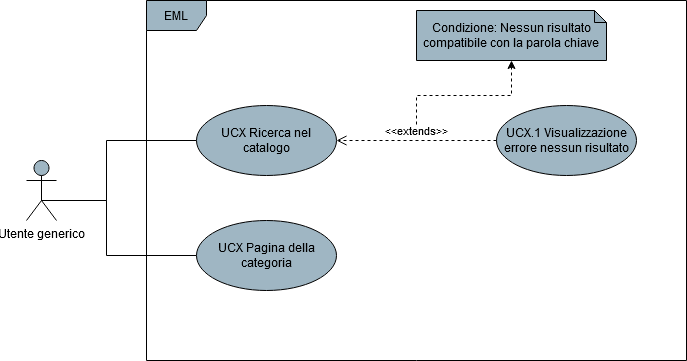
Above: DocumentazioneEsterna/AnalisiDeiRequisiti/res/UseCase/Immagini/NavigazioneCatalogoGenerale.png in Omicron-Team/Documentazione (draw.io), before the change. Source tidied: cells renumbered, new cells last; positions are measured from the earlier drawing's top-left corner, leaving out a move shared by most shapes.
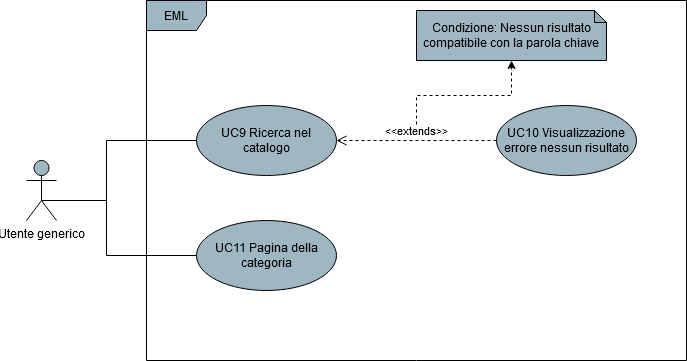
After the commit.

Diff of the diagram source:
```diff
@@ -16,7 +16,7 @@
     <mxCell id="4" value="EML" style="shape=umlFrame;whiteSpace=wrap;html=1;fillColor=#9FB6C3;" parent="1" vertex="1">
       <mxGeometry x="120" width="540" height="360" as="geometry" />
     </mxCell>
-    <mxCell id="5" value="UCX Ricerca nel catalogo" style="ellipse;whiteSpace=wrap;html=1;fillColor=#9FB6C3;" parent="1" vertex="1">
+    <mxCell id="5" value="UC9 Ricerca nel catalogo" style="ellipse;whiteSpace=wrap;html=1;fillColor=#9FB6C3;" parent="1" vertex="1">
       <mxGeometry x="170" y="105" width="140" height="70" as="geometry" />
     </mxCell>
     <mxCell id="6" style="edgeStyle=orthogonalEdgeStyle;rounded=0;jettySize=auto;html=1;dashed=1;" parent="1" edge="1" target="9">
@@ -24,7 +24,7 @@
         <mxPoint x="390" y="130" as="sourcePoint" />
       </mxGeometry>
     </mxCell>
-    <mxCell id="7" value="UCX.1 Visualizzazione errore nessun risultato" style="ellipse;whiteSpace=wrap;html=1;fillColor=#9FB6C3;" parent="1" vertex="1">
+    <mxCell id="7" value="UC10 Visualizzazione errore nessun risultato" style="ellipse;whiteSpace=wrap;html=1;fillColor=#9FB6C3;" parent="1" vertex="1">
       <mxGeometry x="470" y="105" width="140" height="70" as="geometry" />
     </mxCell>
     <mxCell id="8" value="&amp;lt;&amp;lt;extends&amp;gt;&amp;gt;" style="html=1;verticalAlign=bottom;endArrow=open;dashed=1;endSize=8;entryX=1;entryY=0.5;entryDx=0;entryDy=0;" parent="1" edge="1" source="7" target="5">
@@ -42,7 +42,7 @@
         </Array>
       </mxGeometry>
     </mxCell>
-    <mxCell id="11" value="UCX Pagina della categoria" style="ellipse;whiteSpace=wrap;html=1;fillColor=#9FB6C3;" parent="1" vertex="1">
+    <mxCell id="11" value="UC11 Pagina della categoria" style="ellipse;whiteSpace=wrap;html=1;fillColor=#9FB6C3;" parent="1" vertex="1">
       <mxGeometry x="170" y="220" width="140" height="70" as="geometry" />
     </mxCell>
   </root>
```
